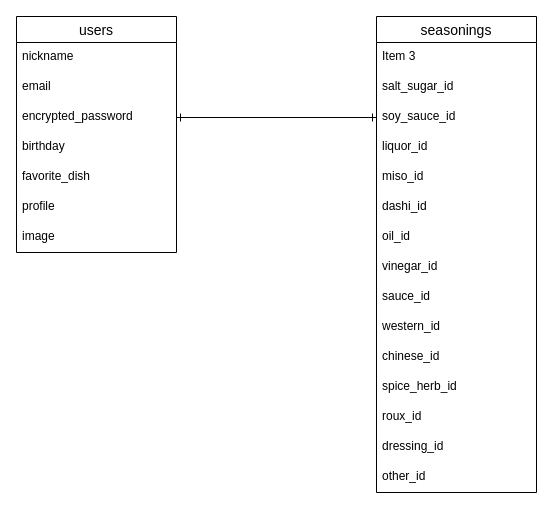
Before: ER_diagram.dio in bokko-chan/uchino_aji, a draw.io diagram. Source tidied: cells renumbered, new cells numbered last; positions are measured from the earlier drawing's top-left corner, leaving out a move shared by most shapes. Both pictures are drawn from the tidied source at 100%, with x=0, y=0 at pixel (16, 16).
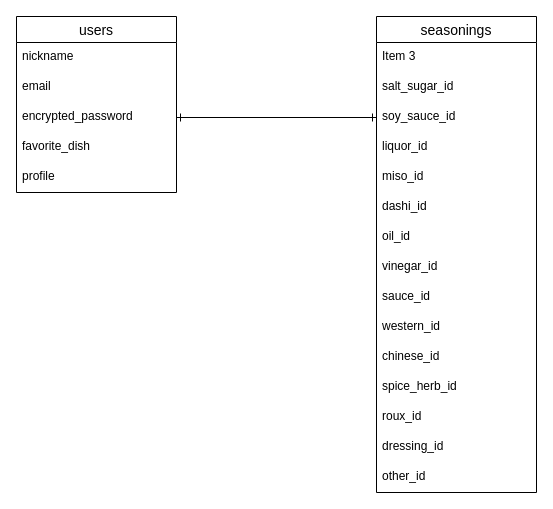
The same page after the edit.

The edit, as a diff of the source:
```diff
@@
     <mxCell id="2" value="users" style="swimlane;fontStyle=0;horizontal=1;startSize=26;align=center;fontSize=14;" parent="1" vertex="1">
-      <mxGeometry width="160" height="236" as="geometry" />
+      <mxGeometry width="160" height="176" as="geometry" />
     </mxCell>
@@
-    <mxCell id="6" value="birthday" style="text;strokeColor=none;fillColor=none;spacingLeft=4;spacingRight=4;overflow=hidden;fontSize=12;" parent="2" vertex="1">
-      <mxGeometry y="116" width="160" height="30" as="geometry" />
-    </mxCell>
     <mxCell id="7" value="favorite_dish" style="text;strokeColor=none;fillColor=none;spacingLeft=4;spacingRight=4;overflow=hidden;fontSize=12;" parent="2" vertex="1">
-      <mxGeometry y="146" width="160" height="30" as="geometry" />
+      <mxGeometry y="116" width="160" height="30" as="geometry" />
     </mxCell>
     <mxCell id="8" value="profile" style="text;strokeColor=none;fillColor=none;spacingLeft=4;spacingRight=4;overflow=hidden;fontSize=12;" parent="2" vertex="1">
-      <mxGeometry y="176" width="160" height="30" as="geometry" />
+      <mxGeometry y="146" width="160" height="30" as="geometry" />
     </mxCell>
-    <mxCell id="9" value="image" style="text;strokeColor=none;fillColor=none;spacingLeft=4;spacingRight=4;overflow=hidden;fontSize=12;" parent="2" vertex="1">
-      <mxGeometry y="206" width="160" height="30" as="geometry" />
-    </mxCell>
```
